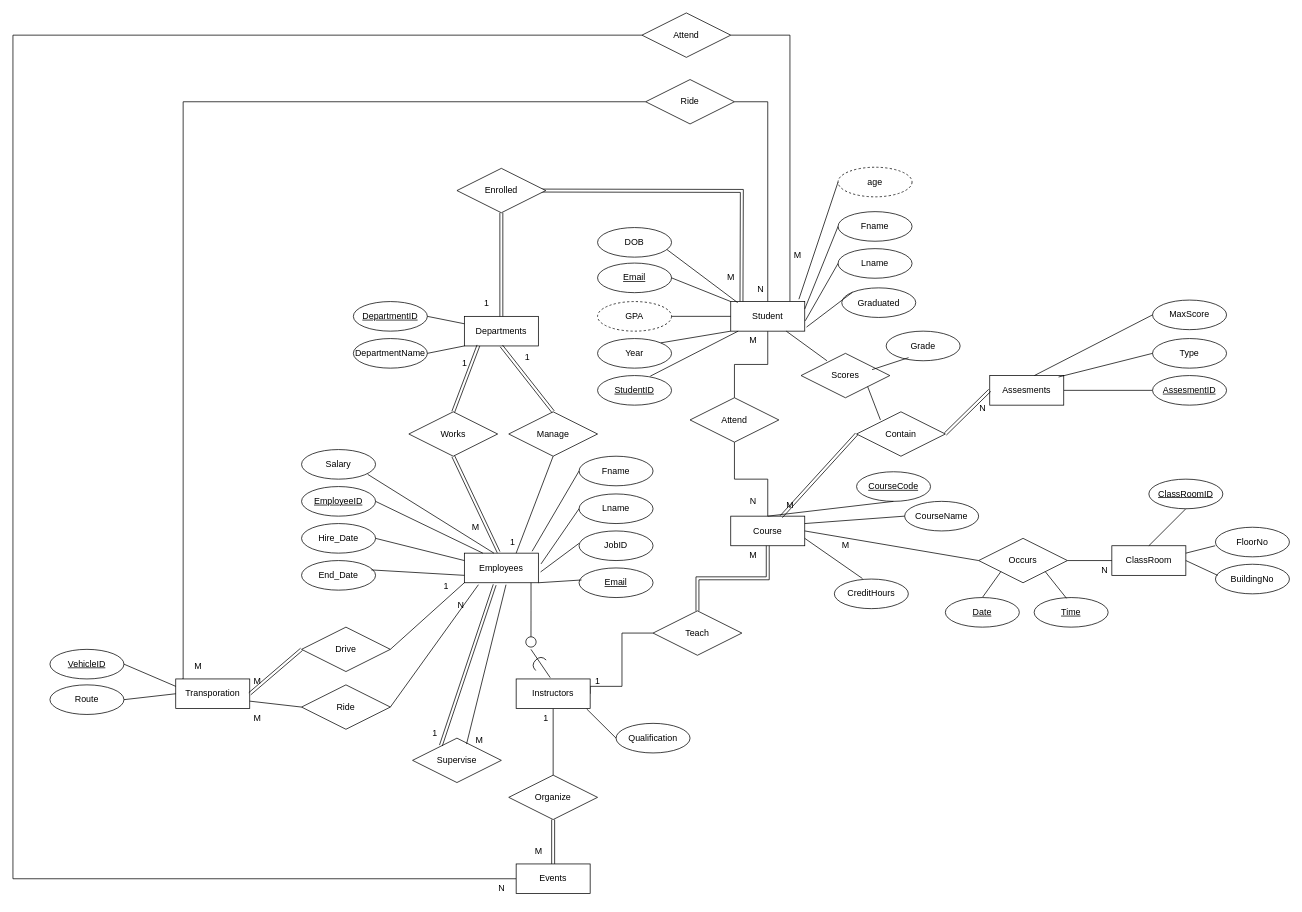
Above: FacultyERD.drawio in seiffmohamedd/University_DBMS (draw.io), before the change. Source tidied: cells renumbered, new cells numbered last; positions are measured from the earlier drawing's top-left corner, leaving out a move shared by most shapes. Both pictures are drawn from the tidied source at 74%, with x=0, y=0 at pixel (13, 13).
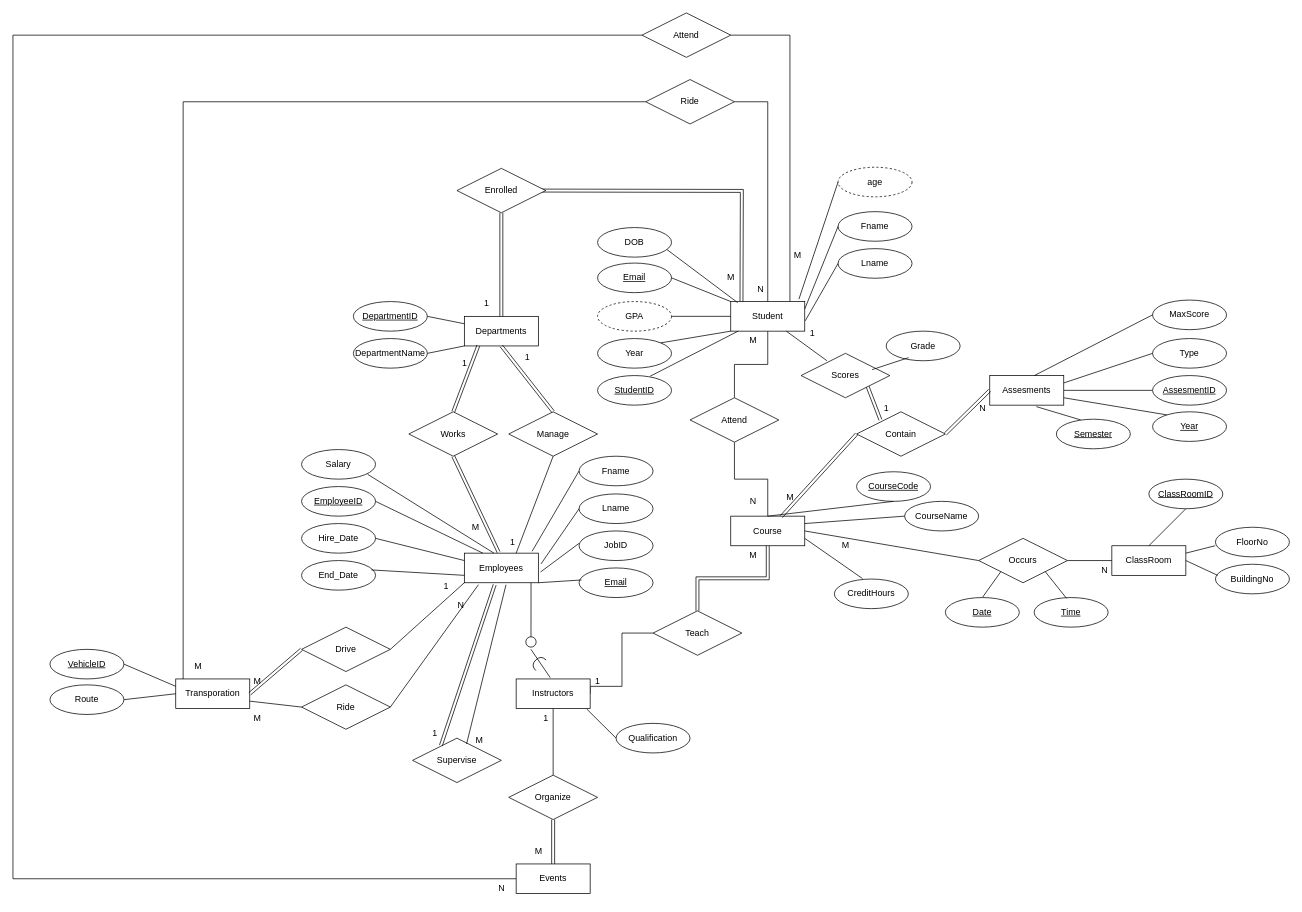
The same diagram, later.

The change refers to these unchanged cells:
```xml
<mxCell id="3" value="Assesments" style="whiteSpace=wrap;html=1;align=center;" parent="1" vertex="1">
  <mxGeometry x="1320" y="490" width="100" height="40" as="geometry" />
</mxCell>
<mxCell id="7" value="Student" style="whiteSpace=wrap;html=1;align=center;" parent="1" vertex="1">
  <mxGeometry x="970" y="390" width="100" height="40" as="geometry" />
</mxCell>
<mxCell id="92" value="Type" style="ellipse;whiteSpace=wrap;html=1;align=center;" parent="1" vertex="1">
  <mxGeometry x="1540" y="440" width="100" height="40" as="geometry" />
</mxCell>
<mxCell id="131" value="Contain" style="shape=rhombus;perimeter=rhombusPerimeter;whiteSpace=wrap;html=1;align=center;" parent="1" vertex="1">
  <mxGeometry x="1140" y="539" width="120" height="60" as="geometry" />
</mxCell>
<mxCell id="141" value="Scores" style="shape=rhombus;perimeter=rhombusPerimeter;whiteSpace=wrap;html=1;align=center;" parent="1" vertex="1">
  <mxGeometry x="1065" y="460" width="120" height="60" as="geometry" />
</mxCell>
```

The edit, as a diff of the source:
```diff
@@
-    <mxCell id="32" value="Graduated" style="ellipse;whiteSpace=wrap;html=1;align=center;" parent="1" vertex="1">
-      <mxGeometry x="1120" y="371.5" width="100" height="40" as="geometry" />
-    </mxCell>
@@
-    <mxCell id="44" style="endArrow=none;html=1;rounded=0;entryX=0;entryY=0;entryDx=0;entryDy=0;exitX=1.024;exitY=0.864;exitDx=0;exitDy=0;exitPerimeter=0;" parent="1" edge="1" source="7" target="32">
-      <mxGeometry relative="1" as="geometry" />
-    </mxCell>
@@
-    <mxCell id="93" style="endArrow=none;html=1;rounded=0;exitX=0.93;exitY=0.05;exitDx=0;exitDy=0;exitPerimeter=0;entryX=0;entryY=0.5;entryDx=0;entryDy=0;" parent="1" edge="1" source="3" target="92">
+    <mxCell id="93" style="endArrow=none;html=1;rounded=0;exitX=1;exitY=0.25;exitDx=0;exitDy=0;entryX=0;entryY=0.5;entryDx=0;entryDy=0;" parent="1" edge="1" source="3" target="92">
       <mxGeometry relative="1" as="geometry" />
     </mxCell>
@@
     <mxCell id="139" value="M" style="text;html=1;align=center;verticalAlign=middle;strokeColor=none;fillColor=none;" parent="1" vertex="1">
-      <mxGeometry x="1035" y="650" width="30" height="30" as="geometry" />
+      <mxGeometry x="1035" y="639" width="30" height="30" as="geometry" />
     </mxCell>
@@
-    <mxCell id="143" style="endArrow=none;html=1;rounded=0;exitX=1;exitY=1;exitDx=0;exitDy=0;entryX=0.269;entryY=0.183;entryDx=0;entryDy=0;entryPerimeter=0;" parent="1" edge="1" source="141" target="131">
+    <mxCell id="143" style="endArrow=none;html=1;rounded=0;exitX=1;exitY=1;exitDx=0;exitDy=0;entryX=0.269;entryY=0.183;entryDx=0;entryDy=0;entryPerimeter=0;shape=link;" parent="1" edge="1" source="141" target="131">
       <mxGeometry relative="1" as="geometry" />
     </mxCell>
@@
+    <mxCell id="150" value="1" style="text;html=1;align=center;verticalAlign=middle;strokeColor=none;fillColor=none;" parent="1" vertex="1">
+      <mxGeometry x="1065" y="418" width="30" height="30" as="geometry" />
+    </mxCell>
+    <mxCell id="151" value="1" style="text;html=1;align=center;verticalAlign=middle;strokeColor=none;fillColor=none;" parent="1" vertex="1">
+      <mxGeometry x="1165" y="520" width="30" height="30" as="geometry" />
+    </mxCell>
+    <mxCell id="152" style="endArrow=none;html=1;rounded=0;exitX=0.63;exitY=1.05;exitDx=0;exitDy=0;exitPerimeter=0;entryX=0.33;entryY=0.025;entryDx=0;entryDy=0;entryPerimeter=0;" parent="1" edge="1" source="3" target="154">
+      <mxGeometry relative="1" as="geometry" />
+    </mxCell>
+    <mxCell id="153" style="endArrow=none;html=1;rounded=0;exitX=1;exitY=0.75;exitDx=0;exitDy=0;entryX=0.203;entryY=0.108;entryDx=0;entryDy=0;entryPerimeter=0;" parent="1" edge="1" source="3" target="155">
+      <mxGeometry relative="1" as="geometry" />
+    </mxCell>
+    <mxCell id="154" value="Semester" style="ellipse;whiteSpace=wrap;html=1;align=center;fontStyle=4;" parent="1" vertex="1">
+      <mxGeometry x="1410" y="549" width="100" height="40" as="geometry" />
+    </mxCell>
+    <mxCell id="155" value="Year" style="ellipse;whiteSpace=wrap;html=1;align=center;fontStyle=4;" parent="1" vertex="1">
+      <mxGeometry x="1540" y="539" width="100" height="40" as="geometry" />
+    </mxCell>
```
